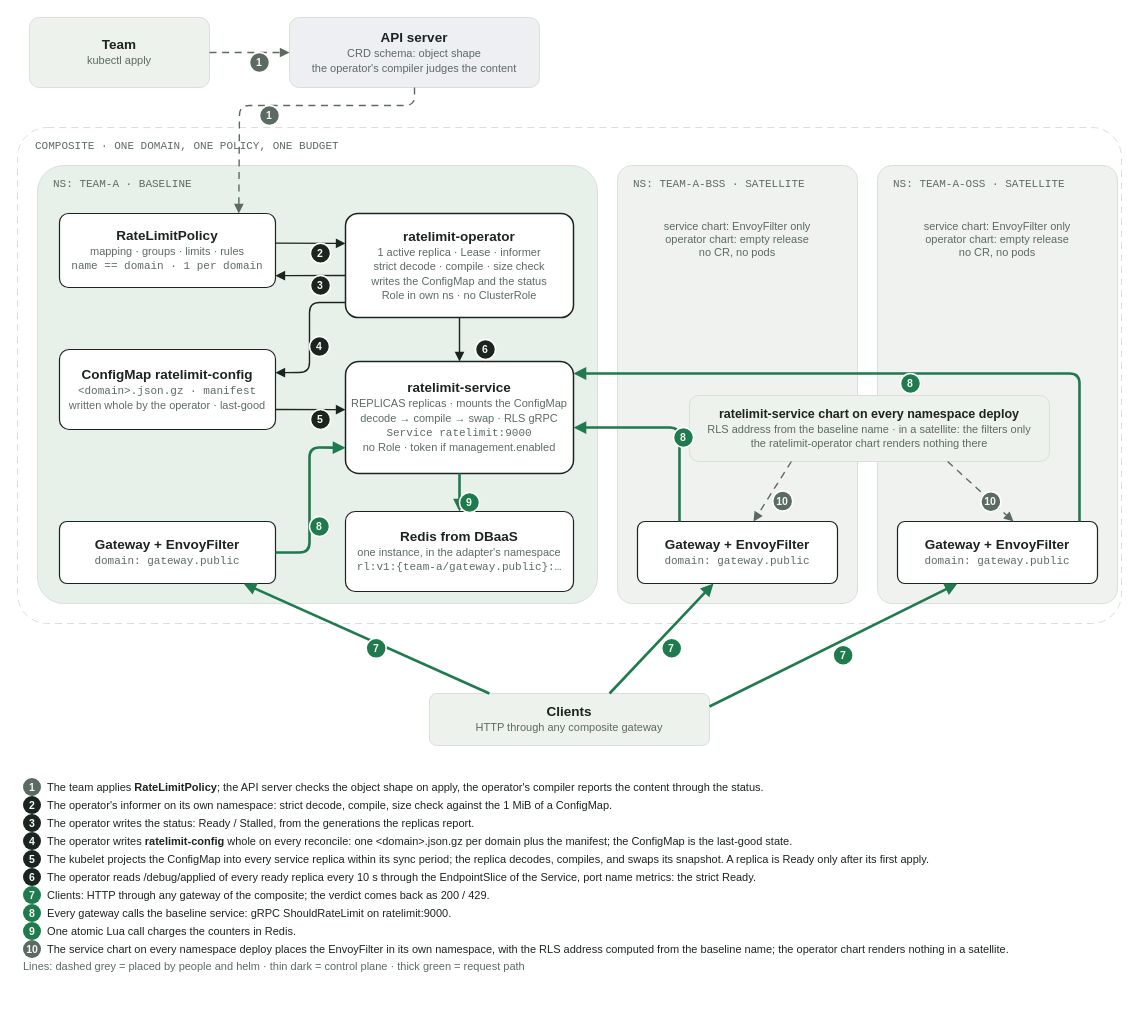
The draw.io diagram docs/topology-diagram.drawio in Netcracker/qubership-rate-limiter, before the edit. Source tidied: cells renumbered, new cells numbered last; positions are measured from the earlier drawing's top-left corner, leaving out a move shared by most shapes. Both pictures are drawn from the tidied source at 100%, with x=0, y=0 at pixel (17, 17).
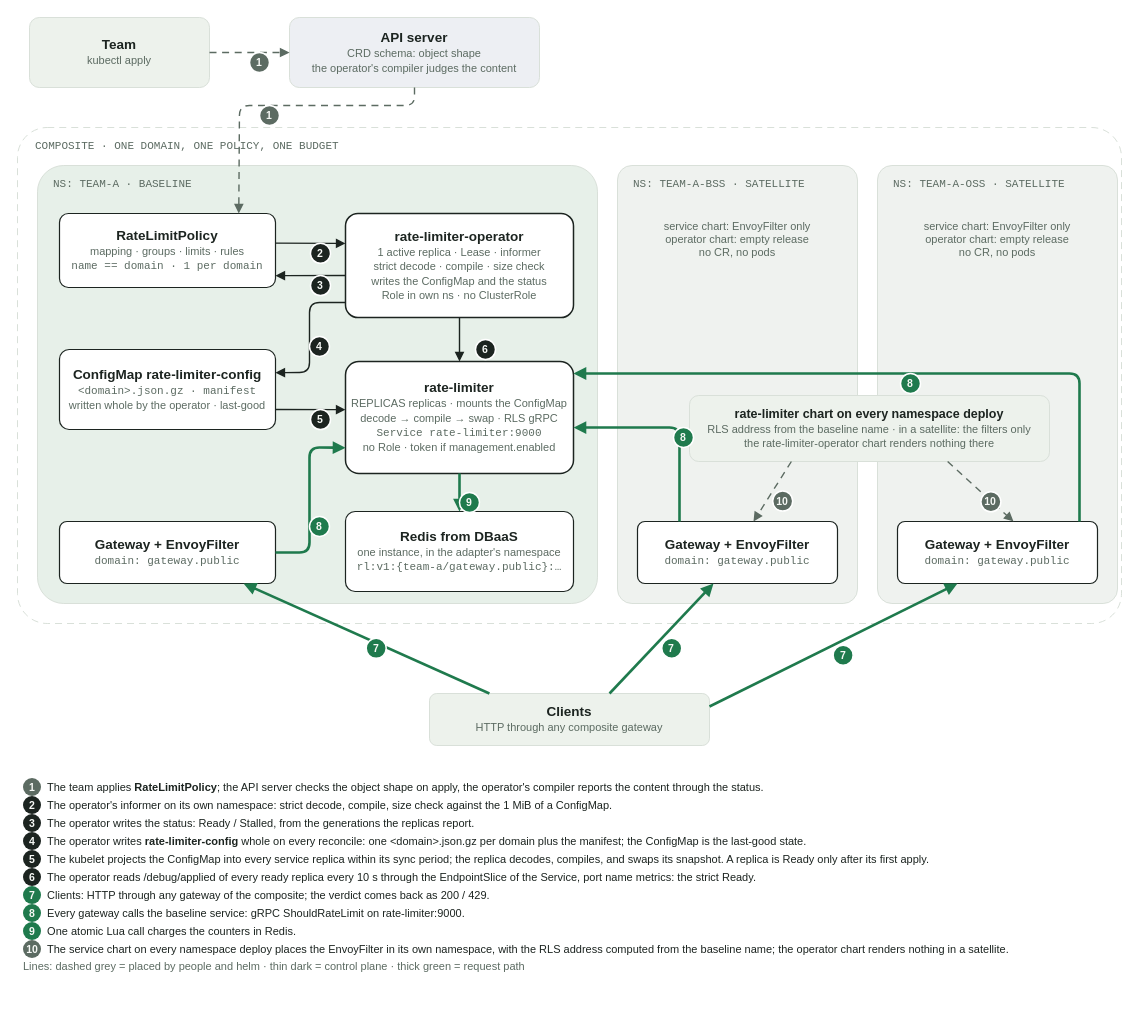
After the change.

The edit, as a diff of the source:
```diff
@@
-    <mxCell id="9" value="&lt;b style=&quot;font-size:13.5px&quot;&gt;ConfigMap ratelimit-config&lt;/b&gt;&lt;br&gt;&lt;font style=&quot;font-size:11px&quot; face=&quot;Courier New&quot; color=&quot;#5C6B62&quot;&gt;&amp;lt;domain&amp;gt;.json.gz · manifest&lt;/font&gt;&lt;br&gt;&lt;font style=&quot;font-size:11px&quot; color=&quot;#5C6B62&quot;&gt;written whole by the operator · last-good&lt;/font&gt;" style="rounded=1;arcSize=12;whiteSpace=wrap;html=1;fillColor=#FFFFFF;strokeColor=#1C2420;strokeWidth=1.2;fontColor=#1C2420;spacing=4;" parent="1" vertex="1">
+    <mxCell id="9" value="&lt;b style=&quot;font-size:13.5px&quot;&gt;ConfigMap rate-limiter-config&lt;/b&gt;&lt;br&gt;&lt;font style=&quot;font-size:11px&quot; face=&quot;Courier New&quot; color=&quot;#5C6B62&quot;&gt;&amp;lt;domain&amp;gt;.json.gz · manifest&lt;/font&gt;&lt;br&gt;&lt;font style=&quot;font-size:11px&quot; color=&quot;#5C6B62&quot;&gt;written whole by the operator · last-good&lt;/font&gt;" style="rounded=1;arcSize=12;whiteSpace=wrap;html=1;fillColor=#FFFFFF;strokeColor=#1C2420;strokeWidth=1.2;fontColor=#1C2420;spacing=4;" parent="1" vertex="1">
       <mxGeometry x="42" y="332" width="216" height="80" as="geometry" />
     </mxCell>
-    <mxCell id="10" value="&lt;b style=&quot;font-size:13.5px&quot;&gt;ratelimit-operator&lt;/b&gt;&lt;br&gt;&lt;font style=&quot;font-size:11px&quot; color=&quot;#5C6B62&quot;&gt;1 active replica · Lease · informer&lt;/font&gt;&lt;br&gt;&lt;font style=&quot;font-size:11px&quot; color=&quot;#5C6B62&quot;&gt;strict decode · compile · size check&lt;/font&gt;&lt;br&gt;&lt;font style=&quot;font-size:11px&quot; color=&quot;#5C6B62&quot;&gt;writes the ConfigMap and the status&lt;/font&gt;&lt;br&gt;&lt;font style=&quot;font-size:11px&quot; color=&quot;#5C6B62&quot;&gt;Role in own ns · no ClusterRole&lt;/font&gt;" style="rounded=1;arcSize=12;whiteSpace=wrap;html=1;fillColor=#FFFFFF;strokeColor=#1C2420;strokeWidth=1.2;fontColor=#1C2420;spacing=4;strokeWidth=1.5;" parent="1" vertex="1">
+    <mxCell id="10" value="&lt;b style=&quot;font-size:13.5px&quot;&gt;rate-limiter-operator&lt;/b&gt;&lt;br&gt;&lt;font style=&quot;font-size:11px&quot; color=&quot;#5C6B62&quot;&gt;1 active replica · Lease · informer&lt;/font&gt;&lt;br&gt;&lt;font style=&quot;font-size:11px&quot; color=&quot;#5C6B62&quot;&gt;strict decode · compile · size check&lt;/font&gt;&lt;br&gt;&lt;font style=&quot;font-size:11px&quot; color=&quot;#5C6B62&quot;&gt;writes the ConfigMap and the status&lt;/font&gt;&lt;br&gt;&lt;font style=&quot;font-size:11px&quot; color=&quot;#5C6B62&quot;&gt;Role in own ns · no ClusterRole&lt;/font&gt;" style="rounded=1;arcSize=12;whiteSpace=wrap;html=1;fillColor=#FFFFFF;strokeColor=#1C2420;strokeWidth=1.2;fontColor=#1C2420;spacing=4;strokeWidth=1.5;" parent="1" vertex="1">
       <mxGeometry x="328" y="196" width="228" height="104" as="geometry" />
     </mxCell>
-    <mxCell id="11" value="&lt;b style=&quot;font-size:13.5px&quot;&gt;ratelimit-service&lt;/b&gt;&lt;br&gt;&lt;font style=&quot;font-size:11px&quot; color=&quot;#5C6B62&quot;&gt;REPLICAS replicas · mounts the ConfigMap&lt;/font&gt;&lt;br&gt;&lt;font style=&quot;font-size:11px&quot; color=&quot;#5C6B62&quot;&gt;decode → compile → swap · RLS gRPC&lt;/font&gt;&lt;br&gt;&lt;font style=&quot;font-size:11px&quot; face=&quot;Courier New&quot; color=&quot;#5C6B62&quot;&gt;Service ratelimit:9000&lt;/font&gt;&lt;br&gt;&lt;font style=&quot;font-size:11px&quot; color=&quot;#5C6B62&quot;&gt;no Role · token if management.enabled&lt;/font&gt;" style="rounded=1;arcSize=12;whiteSpace=wrap;html=1;fillColor=#FFFFFF;strokeColor=#1C2420;strokeWidth=1.2;fontColor=#1C2420;spacing=4;strokeWidth=1.5;" parent="1" vertex="1">
+    <mxCell id="11" value="&lt;b style=&quot;font-size:13.5px&quot;&gt;rate-limiter&lt;/b&gt;&lt;br&gt;&lt;font style=&quot;font-size:11px&quot; color=&quot;#5C6B62&quot;&gt;REPLICAS replicas · mounts the ConfigMap&lt;/font&gt;&lt;br&gt;&lt;font style=&quot;font-size:11px&quot; color=&quot;#5C6B62&quot;&gt;decode → compile → swap · RLS gRPC&lt;/font&gt;&lt;br&gt;&lt;font style=&quot;font-size:11px&quot; face=&quot;Courier New&quot; color=&quot;#5C6B62&quot;&gt;Service rate-limiter:9000&lt;/font&gt;&lt;br&gt;&lt;font style=&quot;font-size:11px&quot; color=&quot;#5C6B62&quot;&gt;no Role · token if management.enabled&lt;/font&gt;" style="rounded=1;arcSize=12;whiteSpace=wrap;html=1;fillColor=#FFFFFF;strokeColor=#1C2420;strokeWidth=1.2;fontColor=#1C2420;spacing=4;strokeWidth=1.5;" parent="1" vertex="1">
       <mxGeometry x="328" y="344" width="228" height="112" as="geometry" />
     </mxCell>
@@
-    <mxCell id="16" value="&lt;b style=&quot;font-size:12.5px&quot;&gt;ratelimit-service chart on every namespace deploy&lt;/b&gt;&lt;br&gt;&lt;font style=&quot;font-size:11px&quot; color=&quot;#5C6B62&quot;&gt;RLS address from the baseline name · in a satellite: the filters only&lt;/font&gt;&lt;br&gt;&lt;font style=&quot;font-size:11px&quot; color=&quot;#5C6B62&quot;&gt;the ratelimit-operator chart renders nothing there&lt;/font&gt;" style="rounded=1;arcSize=14;whiteSpace=wrap;html=1;strokeColor=#D9E0D9;fontColor=#1C2420;fillColor=#EDF2EC;" parent="1" vertex="1">
+    <mxCell id="16" value="&lt;b style=&quot;font-size:12.5px&quot;&gt;rate-limiter chart on every namespace deploy&lt;/b&gt;&lt;br&gt;&lt;font style=&quot;font-size:11px&quot; color=&quot;#5C6B62&quot;&gt;RLS address from the baseline name · in a satellite: the filters only&lt;/font&gt;&lt;br&gt;&lt;font style=&quot;font-size:11px&quot; color=&quot;#5C6B62&quot;&gt;the rate-limiter-operator chart renders nothing there&lt;/font&gt;" style="rounded=1;arcSize=14;whiteSpace=wrap;html=1;strokeColor=#D9E0D9;fontColor=#1C2420;fillColor=#EDF2EC;" parent="1" vertex="1">
       <mxGeometry x="672" y="378" width="360" height="66" as="geometry" />
     </mxCell>
@@
-    <mxCell id="52" value="&lt;div style=&quot;line-height:1.55&quot;&gt;&lt;span style=&quot;display:inline-block;width:18px;height:18px;line-height:18px;border-radius:9px;background:#5C6B62;color:#F6F8F5;font-weight:bold;text-align:center;font-size:10.5px&quot;&gt;1&lt;/span&gt;&amp;nbsp; The team applies &lt;b&gt;RateLimitPolicy&lt;/b&gt;; the API server checks the object shape on apply, the operator's compiler reports the content through the status.&lt;br&gt;&lt;span style=&quot;display:inline-block;width:18px;height:18px;line-height:18px;border-radius:9px;background:#1C2420;color:#F6F8F5;font-weight:bold;text-align:center;font-size:10.5px&quot;&gt;2&lt;/span&gt;&amp;nbsp; The operator's informer on its own namespace: strict decode, compile, size check against the 1 MiB of a ConfigMap.&lt;br&gt;&lt;span style=&quot;display:inline-block;width:18px;height:18px;line-height:18px;border-radius:9px;background:#1C2420;color:#F6F8F5;font-weight:bold;text-align:center;font-size:10.5px&quot;&gt;3&lt;/span&gt;&amp;nbsp; The operator writes the status: Ready / Stalled, from the generations the replicas report.&lt;br&gt;&lt;span style=&quot;display:inline-block;width:18px;height:18px;line-height:18px;border-radius:9px;background:#1C2420;color:#F6F8F5;font-weight:bold;text-align:center;font-size:10.5px&quot;&gt;4&lt;/span&gt;&amp;nbsp; The operator writes &lt;b&gt;ratelimit-config&lt;/b&gt; whole on every reconcile: one &amp;lt;domain&amp;gt;.json.gz per domain plus the manifest; the ConfigMap is the last-good state.&lt;br&gt;&lt;span style=&quot;display:inline-block;width:18px;height:18px;line-height:18px;border-radius:9px;background:#1C2420;color:#F6F8F5;font-weight:bold;text-align:center;font-size:10.5px&quot;&gt;5&lt;/span&gt;&amp;nbsp; The kubelet projects the ConfigMap into every service replica within its sync period; the replica decodes, compiles, and swaps its snapshot. A replica is Ready only after its first apply.&lt;br&gt;&lt;span style=&quot;display:inline-block;width:18px;height:18px;line-height:18px;border-radius:9px;background:#1C2420;color:#F6F8F5;font-weight:bold;text-align:center;font-size:10.5px&quot;&gt;6&lt;/span&gt;&amp;nbsp; The operator reads /debug/applied of every ready replica every 10 s through the EndpointSlice of the Service, port name metrics: the strict Ready.&lt;br&gt;&lt;span style=&quot;display:inline-block;width:18px;height:18px;line-height:18px;border-radius:9px;background:#1F7A4D;color:#F6F8F5;font-weight:bold;text-align:center;font-size:10.5px&quot;&gt;7&lt;/span&gt;&amp;nbsp; Clients: HTTP through any gateway of the composite; the verdict comes back as 200 / 429.&lt;br&gt;&lt;span style=&quot;display:inline-block;width:18px;height:18px;line-height:18px;border-radius:9px;background:#1F7A4D;color:#F6F8F5;font-weight:bold;text-align:center;font-size:10.5px&quot;&gt;8&lt;/span&gt;&amp;nbsp; Every gateway calls the baseline service: gRPC ShouldRateLimit on ratelimit:9000.&lt;br&gt;&lt;span style=&quot;display:inline-block;width:18px;height:18px;line-height:18px;border-radius:9px;background:#1F7A4D;color:#F6F8F5;font-weight:bold;text-align:center;font-size:10.5px&quot;&gt;9&lt;/span&gt;&amp;nbsp; One atomic Lua call charges the counters in Redis.&lt;br&gt;&lt;span style=&quot;display:inline-block;width:18px;height:18px;line-height:18px;border-radius:9px;background:#5C6B62;color:#F6F8F5;font-weight:bold;text-align:center;font-size:10.5px&quot;&gt;10&lt;/span&gt;&amp;nbsp; The service chart on every namespace deploy places the EnvoyFilter in its own namespace, with the RLS address computed from the baseline name; the operator chart renders nothing in a satellite.&lt;br&gt;&lt;span style=&quot;color:#5C6B62&quot;&gt;Lines: dashed grey = placed by people and helm · thin dark = control plane · thick green = request path&lt;/span&gt;&lt;/div&gt;" style="text;html=1;strokeColor=none;fillColor=none;align=left;whiteSpace=wrap;fontSize=11;verticalAlign=top;fontColor=#1C2420;spacing=6;" parent="1" vertex="1">
+    <mxCell id="52" value="&lt;div style=&quot;line-height:1.55&quot;&gt;&lt;span style=&quot;display:inline-block;width:18px;height:18px;line-height:18px;border-radius:9px;background:#5C6B62;color:#F6F8F5;font-weight:bold;text-align:center;font-size:10.5px&quot;&gt;1&lt;/span&gt;&amp;nbsp; The team applies &lt;b&gt;RateLimitPolicy&lt;/b&gt;; the API server checks the object shape on apply, the operator's compiler reports the content through the status.&lt;br&gt;&lt;span style=&quot;display:inline-block;width:18px;height:18px;line-height:18px;border-radius:9px;background:#1C2420;color:#F6F8F5;font-weight:bold;text-align:center;font-size:10.5px&quot;&gt;2&lt;/span&gt;&amp;nbsp; The operator's informer on its own namespace: strict decode, compile, size check against the 1 MiB of a ConfigMap.&lt;br&gt;&lt;span style=&quot;display:inline-block;width:18px;height:18px;line-height:18px;border-radius:9px;background:#1C2420;color:#F6F8F5;font-weight:bold;text-align:center;font-size:10.5px&quot;&gt;3&lt;/span&gt;&amp;nbsp; The operator writes the status: Ready / Stalled, from the generations the replicas report.&lt;br&gt;&lt;span style=&quot;display:inline-block;width:18px;height:18px;line-height:18px;border-radius:9px;background:#1C2420;color:#F6F8F5;font-weight:bold;text-align:center;font-size:10.5px&quot;&gt;4&lt;/span&gt;&amp;nbsp; The operator writes &lt;b&gt;rate-limiter-config&lt;/b&gt; whole on every reconcile: one &amp;lt;domain&amp;gt;.json.gz per domain plus the manifest; the ConfigMap is the last-good state.&lt;br&gt;&lt;span style=&quot;display:inline-block;width:18px;height:18px;line-height:18px;border-radius:9px;background:#1C2420;color:#F6F8F5;font-weight:bold;text-align:center;font-size:10.5px&quot;&gt;5&lt;/span&gt;&amp;nbsp; The kubelet projects the ConfigMap into every service replica within its sync period; the replica decodes, compiles, and swaps its snapshot. A replica is Ready only after its first apply.&lt;br&gt;&lt;span style=&quot;display:inline-block;width:18px;height:18px;line-height:18px;border-radius:9px;background:#1C2420;color:#F6F8F5;font-weight:bold;text-align:center;font-size:10.5px&quot;&gt;6&lt;/span&gt;&amp;nbsp; The operator reads /debug/applied of every ready replica every 10 s through the EndpointSlice of the Service, port name metrics: the strict Ready.&lt;br&gt;&lt;span style=&quot;display:inline-block;width:18px;height:18px;line-height:18px;border-radius:9px;background:#1F7A4D;color:#F6F8F5;font-weight:bold;text-align:center;font-size:10.5px&quot;&gt;7&lt;/span&gt;&amp;nbsp; Clients: HTTP through any gateway of the composite; the verdict comes back as 200 / 429.&lt;br&gt;&lt;span style=&quot;display:inline-block;width:18px;height:18px;line-height:18px;border-radius:9px;background:#1F7A4D;color:#F6F8F5;font-weight:bold;text-align:center;font-size:10.5px&quot;&gt;8&lt;/span&gt;&amp;nbsp; Every gateway calls the baseline service: gRPC ShouldRateLimit on rate-limiter:9000.&lt;br&gt;&lt;span style=&quot;display:inline-block;width:18px;height:18px;line-height:18px;border-radius:9px;background:#1F7A4D;color:#F6F8F5;font-weight:bold;text-align:center;font-size:10.5px&quot;&gt;9&lt;/span&gt;&amp;nbsp; One atomic Lua call charges the counters in Redis.&lt;br&gt;&lt;span style=&quot;display:inline-block;width:18px;height:18px;line-height:18px;border-radius:9px;background:#5C6B62;color:#F6F8F5;font-weight:bold;text-align:center;font-size:10.5px&quot;&gt;10&lt;/span&gt;&amp;nbsp; The service chart on every namespace deploy places the EnvoyFilter in its own namespace, with the RLS address computed from the baseline name; the operator chart renders nothing in a satellite.&lt;br&gt;&lt;span style=&quot;color:#5C6B62&quot;&gt;Lines: dashed grey = placed by people and helm · thin dark = control plane · thick green = request path&lt;/span&gt;&lt;/div&gt;" style="text;html=1;strokeColor=none;fillColor=none;align=left;whiteSpace=wrap;fontSize=11;verticalAlign=top;fontColor=#1C2420;spacing=6;" parent="1" vertex="1">
       <mxGeometry y="750" width="1104" height="250" as="geometry" />
     </mxCell>
```
